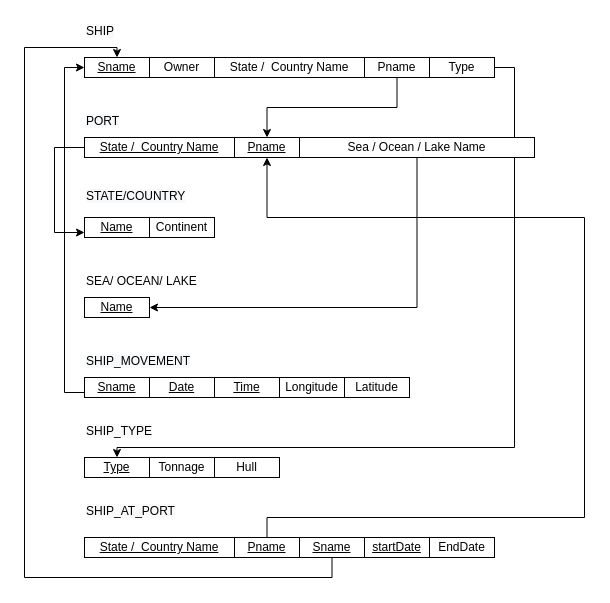
Above: assignment3/Question1.drawio in shivamdesai04/ENSF300 (draw.io), before the change. Source tidied: cells renumbered, new cells numbered last; positions are measured from the earlier drawing's top-left corner, leaving out a move shared by most shapes. Both pictures are drawn from the tidied source at 100%, with x=0, y=0 at pixel (24, 17).
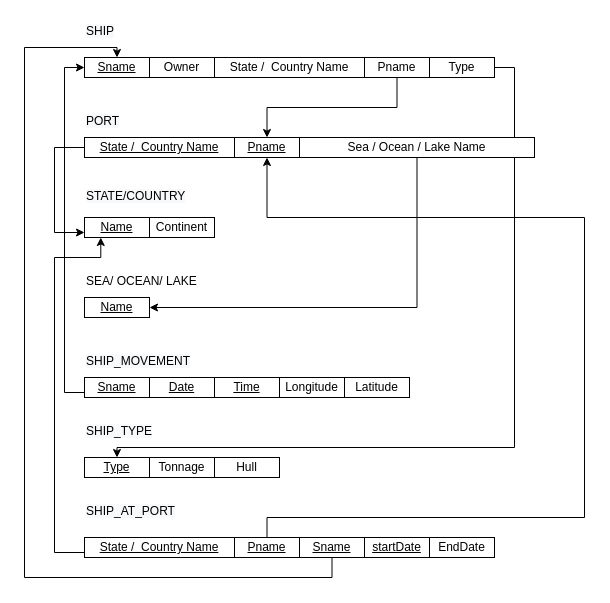
The same diagram, later.

Unchanged cells that the change refers to:
```xml
<mxCell id="9" value="&lt;u&gt;Name&lt;/u&gt;" style="rounded=0;whiteSpace=wrap;html=1;" parent="1" vertex="1">
  <mxGeometry x="60" y="200" width="65" height="20" as="geometry" />
</mxCell>
<mxCell id="28" value="&lt;u&gt;State / &amp;nbsp;Country Name&lt;/u&gt;" style="rounded=0;whiteSpace=wrap;html=1;" parent="1" vertex="1">
  <mxGeometry x="60" y="520" width="150" height="20" as="geometry" />
</mxCell>
```

Change to the diagram source:
```diff
@@
+    <mxCell id="40" style="edgeStyle=orthogonalEdgeStyle;rounded=0;jettySize=auto;html=1;exitX=0;exitY=0.75;exitDx=0;exitDy=0;entryX=0.25;entryY=1;entryDx=0;entryDy=0;" parent="1" edge="1" source="28" target="9">
+      <mxGeometry relative="1" as="geometry">
+        <Array as="points">
+          <mxPoint x="30" y="535" />
+          <mxPoint x="30" y="240" />
+          <mxPoint x="76" y="240" />
+        </Array>
+      </mxGeometry>
+    </mxCell>
```
